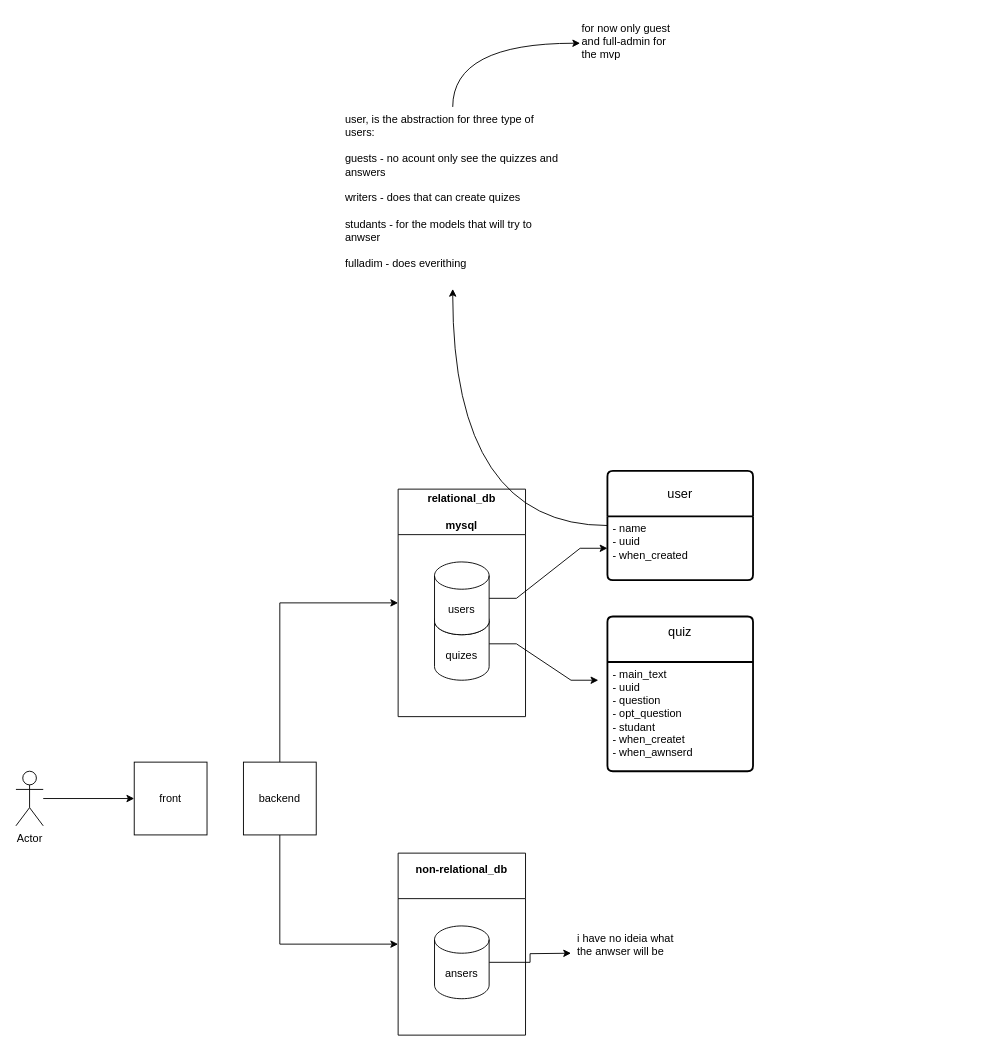
This is page "Página-1" (1 of 2) of doc/system-design.drawio from quiz2llm/quiz2llm, a draw.io file, before an edit. Source tidied: cells renumbered, new cells numbered last; positions are measured from the earlier drawing's top-left corner, leaving out a move shared by most shapes. Both pictures are drawn from the tidied source at 91%, with x=0, y=0 at pixel (15, 15).
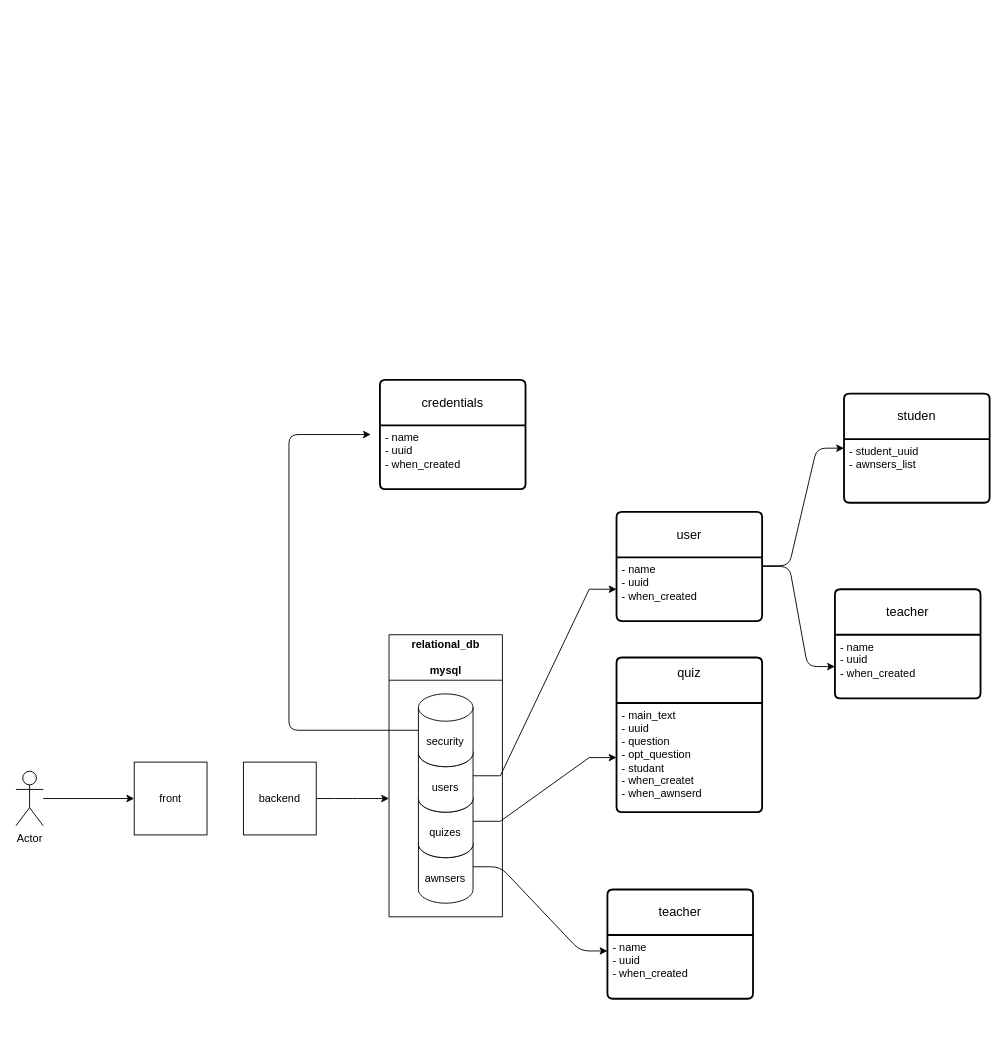
The same diagram, later.

Commit message (it also covers changes not shown here):
reafacto - system design vou pasar quiz e anwser par outro microservice

adicinei o path da src ao alembic.ini para fazer downgrade das quiz

The change refers to these unchanged cells:
```xml
<mxCell id="5" value="&lt;div&gt;backend&lt;/div&gt;" style="whiteSpace=wrap;html=1;" parent="1" vertex="1">
  <mxGeometry x="250" y="820" width="80" height="80" as="geometry" />
</mxCell>
<mxCell id="17" value="&lt;div&gt;- name&lt;/div&gt;&lt;div&gt;- uuid&lt;/div&gt;&lt;div&gt;- when_created&lt;/div&gt;" style="align=left;strokeColor=none;fillColor=none;spacingLeft=4;spacingRight=4;fontSize=12;verticalAlign=top;html=1;whiteSpace=wrap;" parent="16" vertex="1">
  <mxGeometry y="50" width="160" height="70" as="geometry" />
</mxCell>
<mxCell id="19" value="&lt;div&gt;- main_text&lt;/div&gt;&lt;div&gt;- uuid&lt;br&gt;- question&lt;/div&gt;&lt;div&gt;- opt_question&lt;/div&gt;&lt;div&gt;- studant&lt;/div&gt;&lt;div&gt;- when_createt&lt;/div&gt;&lt;div&gt;- when_awnserd&lt;/div&gt;&lt;div&gt;&lt;br&gt;&lt;/div&gt;" style="align=left;strokeColor=none;fillColor=none;spacingLeft=4;spacingRight=4;fontSize=12;verticalAlign=top;html=1;whiteSpace=wrap;" parent="18" vertex="1">
  <mxGeometry y="50" width="160" height="120" as="geometry" />
</mxCell>
```

The edit, as a diff of the source:
```diff
@@
+    <mxCell id="27" style="edgeStyle=entityRelationEdgeStyle;html=1;entryX=0;entryY=0.25;entryDx=0;entryDy=0;" parent="1" edge="1" source="8" target="38">
+      <mxGeometry relative="1" as="geometry" />
+    </mxCell>
+    <mxCell id="8" value="awnsers" style="shape=cylinder3;whiteSpace=wrap;html=1;boundedLbl=1;backgroundOutline=1;size=15;" parent="1" vertex="1">
+      <mxGeometry x="442.3" y="895" width="60" height="80" as="geometry" />
+    </mxCell>
@@
-    <mxCell id="3" style="edgeStyle=orthogonalEdgeStyle;rounded=0;jettySize=auto;html=1;exitX=0.5;exitY=0;exitDx=0;exitDy=0;entryX=0;entryY=0.5;entryDx=0;entryDy=0;" parent="1" edge="1" source="5" target="10">
-      <mxGeometry relative="1" as="geometry" />
-    </mxCell>
-    <mxCell id="4" style="edgeStyle=orthogonalEdgeStyle;rounded=0;jettySize=auto;html=1;entryX=0;entryY=0.5;entryDx=0;entryDy=0;exitX=0.5;exitY=1;exitDx=0;exitDy=0;" parent="1" edge="1" source="5" target="6">
-      <mxGeometry relative="1" as="geometry" />
-    </mxCell>
+    <mxCell id="28" style="edgeStyle=entityRelationEdgeStyle;html=1;" parent="1" edge="1" source="5">
+      <mxGeometry relative="1" as="geometry">
+        <mxPoint x="410" y="860" as="targetPoint" />
+      </mxGeometry>
+    </mxCell>
@@
-    <mxCell id="6" value="non-relational_db&lt;div&gt;&lt;br/&gt;&lt;/div&gt;" style="swimlane;whiteSpace=wrap;html=1;startSize=50;" parent="1" vertex="1">
-      <mxGeometry x="420" y="920" width="140" height="200" as="geometry" />
-    </mxCell>
-    <mxCell id="7" style="edgeStyle=orthogonalEdgeStyle;rounded=0;jettySize=auto;html=1;" parent="6" edge="1" source="8">
-      <mxGeometry relative="1" as="geometry">
-        <mxPoint x="190" y="110" as="targetPoint" />
-      </mxGeometry>
-    </mxCell>
-    <mxCell id="8" value="ansers" style="shape=cylinder3;whiteSpace=wrap;html=1;boundedLbl=1;backgroundOutline=1;size=15;" parent="6" vertex="1">
-      <mxGeometry x="40" y="80" width="60" height="80" as="geometry" />
-    </mxCell>
-    <mxCell id="9" style="group;" parent="1" vertex="1">
-      <mxGeometry x="420" y="520" width="140" height="250" as="geometry" />
-    </mxCell>
-    <mxCell id="10" value="relational_db&lt;br&gt;&lt;br&gt;mysql" style="swimlane;whiteSpace=wrap;html=1;startSize=50;" parent="9" vertex="1">
-      <mxGeometry width="140" height="250" as="geometry" />
-    </mxCell>
-    <mxCell id="11" style="group;" parent="9" vertex="1">
-      <mxGeometry x="40" y="80" width="60" height="130" as="geometry" />
-    </mxCell>
-    <mxCell id="12" style="edgeStyle=entityRelationEdgeStyle;rounded=0;jettySize=auto;html=1;" parent="11" edge="1" source="13">
-      <mxGeometry relative="1" as="geometry">
-        <mxPoint x="180" y="130" as="targetPoint" />
-      </mxGeometry>
-    </mxCell>
-    <mxCell id="13" value="quizes" style="shape=cylinder3;whiteSpace=wrap;html=1;boundedLbl=1;backgroundOutline=1;size=15;" parent="11" vertex="1">
-      <mxGeometry y="50" width="60" height="80" as="geometry" />
-    </mxCell>
-    <mxCell id="14" value="users" style="shape=cylinder3;whiteSpace=wrap;html=1;boundedLbl=1;backgroundOutline=1;size=15;" parent="11" vertex="1">
-      <mxGeometry width="60" height="80" as="geometry" />
-    </mxCell>
-    <mxCell id="15" style="edgeStyle=orthogonalEdgeStyle;rounded=0;jettySize=auto;html=1;elbow=vertical;curved=1;" parent="1" edge="1" source="16" target="21">
-      <mxGeometry relative="1" as="geometry" />
-    </mxCell>
+    <mxCell id="29" style="edgeStyle=entityRelationEdgeStyle;html=1;entryX=0;entryY=0.5;entryDx=0;entryDy=0;" parent="1" edge="1" source="16" target="33">
+      <mxGeometry relative="1" as="geometry" />
+    </mxCell>
     <mxCell id="16" value="user" style="swimlane;horizontal=1;startSize=50;rounded=1;fontSize=14;fontStyle=0;strokeWidth=2;shadow=0;dashed=0;align=center;arcSize=4;whiteSpace=wrap;html=1;" parent="1" vertex="1">
-      <mxGeometry x="650" y="500" width="160" height="120" as="geometry" />
+      <mxGeometry x="660" y="545" width="160" height="120" as="geometry" />
     </mxCell>
@@
     <mxCell id="18" value="&lt;div&gt;quiz&lt;/div&gt;&lt;div&gt;&lt;br&gt;&lt;/div&gt;" style="swimlane;horizontal=1;startSize=50;rounded=1;fontSize=14;fontStyle=0;strokeWidth=2;shadow=0;dashed=0;align=center;arcSize=4;whiteSpace=wrap;html=1;" parent="1" vertex="1">
-      <mxGeometry x="650" y="660" width="160" height="170" as="geometry" />
+      <mxGeometry x="660" y="705" width="160" height="170" as="geometry" />
     </mxCell>
@@
-    <mxCell id="20" style="edgeStyle=orthogonalEdgeStyle;rounded=0;jettySize=auto;html=1;entryX=0;entryY=0.5;entryDx=0;entryDy=0;curved=1;exitX=0.5;exitY=0;exitDx=0;exitDy=0;" parent="1" edge="1" source="21" target="22">
-      <mxGeometry relative="1" as="geometry" />
-    </mxCell>
-    <mxCell id="21" value="&lt;div&gt;user, is the abstraction for three type of users:&lt;br&gt;&lt;br&gt;&lt;/div&gt;&lt;div&gt;guests - no acount only see the quizzes and answers&lt;/div&gt;&lt;div&gt;&lt;br&gt;writers - does that can create quizes&lt;/div&gt;&lt;div&gt;&lt;br&gt;studants - for the models that will try to anwser&amp;nbsp;&lt;br&gt;&lt;br&gt;fulladim - does everithing&lt;/div&gt;" style="text;html=1;whiteSpace=wrap;strokeColor=none;fillColor=none;align=left;verticalAlign=top;rounded=0;" parent="1" vertex="1">
-      <mxGeometry x="360" y="100" width="240" height="200" as="geometry" />
-    </mxCell>
-    <mxCell id="22" value="&lt;div&gt;for now only guest and full-admin for the mvp&lt;/div&gt;&lt;div&gt;&lt;br&gt;&lt;/div&gt;" style="text;html=1;whiteSpace=wrap;strokeColor=none;fillColor=none;align=left;verticalAlign=top;rounded=0;fontStyle=0;" parent="1" vertex="1">
-      <mxGeometry x="620" width="110" height="60" as="geometry" />
-    </mxCell>
@@
-    <mxCell id="24" value="i have no ideia what the anwser will be" style="text;html=1;whiteSpace=wrap;strokeColor=none;fillColor=none;align=left;verticalAlign=top;rounded=0;" parent="1" vertex="1">
-      <mxGeometry x="615" y="1000" width="120" height="60" as="geometry" />
-    </mxCell>
@@
+    <mxCell id="30" value="studen" style="swimlane;horizontal=1;startSize=50;rounded=1;fontSize=14;fontStyle=0;strokeWidth=2;shadow=0;dashed=0;align=center;arcSize=4;whiteSpace=wrap;html=1;" parent="1" vertex="1">
+      <mxGeometry x="910" y="415" width="160" height="120" as="geometry" />
+    </mxCell>
+    <mxCell id="31" value="&lt;div&gt;- student_uuid&lt;/div&gt;&lt;div&gt;&lt;span style=&quot;background-color: initial;&quot;&gt;- awnsers_list&lt;/span&gt;&lt;/div&gt;&lt;div&gt;&lt;/div&gt;" style="align=left;strokeColor=none;fillColor=none;spacingLeft=4;spacingRight=4;fontSize=12;verticalAlign=top;html=1;whiteSpace=wrap;" parent="30" vertex="1">
+      <mxGeometry y="50" width="160" height="70" as="geometry" />
+    </mxCell>
+    <mxCell id="32" value="teacher" style="swimlane;horizontal=1;startSize=50;rounded=1;fontSize=14;fontStyle=0;strokeWidth=2;shadow=0;dashed=0;align=center;arcSize=4;whiteSpace=wrap;html=1;" parent="1" vertex="1">
+      <mxGeometry x="900" y="630" width="160" height="120" as="geometry" />
+    </mxCell>
+    <mxCell id="33" value="&lt;div&gt;- name&lt;/div&gt;&lt;div&gt;- uuid&lt;/div&gt;&lt;div&gt;- when_created&lt;/div&gt;" style="align=left;strokeColor=none;fillColor=none;spacingLeft=4;spacingRight=4;fontSize=12;verticalAlign=top;html=1;whiteSpace=wrap;" parent="32" vertex="1">
+      <mxGeometry y="50" width="160" height="70" as="geometry" />
+    </mxCell>
+    <mxCell id="34" style="edgeStyle=entityRelationEdgeStyle;html=1;entryX=0;entryY=0.5;entryDx=0;entryDy=0;exitX=0.998;exitY=0.131;exitDx=0;exitDy=0;exitPerimeter=0;" parent="1" edge="1" source="17" target="30">
+      <mxGeometry relative="1" as="geometry" />
+    </mxCell>
+    <mxCell id="10" value="relational_db&lt;br&gt;&lt;br&gt;mysql" style="swimlane;whiteSpace=wrap;html=1;startSize=50;" parent="1" vertex="1">
+      <mxGeometry x="410" y="680" width="124.6" height="310" as="geometry" />
+    </mxCell>
+    <mxCell id="12" style="edgeStyle=entityRelationEdgeStyle;rounded=0;jettySize=auto;html=1;entryX=0;entryY=0.5;entryDx=0;entryDy=0;" parent="1" edge="1" source="13" target="19">
+      <mxGeometry relative="1" as="geometry" />
+    </mxCell>
+    <mxCell id="13" value="quizes" style="shape=cylinder3;whiteSpace=wrap;html=1;boundedLbl=1;backgroundOutline=1;size=15;" parent="1" vertex="1">
+      <mxGeometry x="442.3" y="845" width="60" height="80" as="geometry" />
+    </mxCell>
+    <mxCell id="14" value="users" style="shape=cylinder3;whiteSpace=wrap;html=1;boundedLbl=1;backgroundOutline=1;size=15;" parent="1" vertex="1">
+      <mxGeometry x="442.3" y="795" width="60" height="80" as="geometry" />
+    </mxCell>
+    <mxCell id="35" style="edgeStyle=orthogonalEdgeStyle;html=1;exitX=0;exitY=0.5;exitDx=0;exitDy=0;exitPerimeter=0;" parent="1" edge="1" source="36">
+      <mxGeometry relative="1" as="geometry">
+        <mxPoint x="390" y="460" as="targetPoint" />
+        <Array as="points">
+          <mxPoint x="300" y="785" />
+          <mxPoint x="300" y="460" />
+        </Array>
+      </mxGeometry>
+    </mxCell>
+    <mxCell id="36" value="security" style="shape=cylinder3;whiteSpace=wrap;html=1;boundedLbl=1;backgroundOutline=1;size=15;" parent="1" vertex="1">
+      <mxGeometry x="442.3" y="745" width="60" height="80" as="geometry" />
+    </mxCell>
+    <mxCell id="37" value="teacher" style="swimlane;horizontal=1;startSize=50;rounded=1;fontSize=14;fontStyle=0;strokeWidth=2;shadow=0;dashed=0;align=center;arcSize=4;whiteSpace=wrap;html=1;" parent="1" vertex="1">
+      <mxGeometry x="650" y="960" width="160" height="120" as="geometry" />
+    </mxCell>
+    <mxCell id="38" value="&lt;div&gt;- name&lt;/div&gt;&lt;div&gt;- uuid&lt;/div&gt;&lt;div&gt;- when_created&lt;/div&gt;" style="align=left;strokeColor=none;fillColor=none;spacingLeft=4;spacingRight=4;fontSize=12;verticalAlign=top;html=1;whiteSpace=wrap;" parent="37" vertex="1">
+      <mxGeometry y="50" width="160" height="70" as="geometry" />
+    </mxCell>
+    <mxCell id="39" value="credentials" style="swimlane;horizontal=1;startSize=50;rounded=1;fontSize=14;fontStyle=0;strokeWidth=2;shadow=0;dashed=0;align=center;arcSize=4;whiteSpace=wrap;html=1;" parent="1" vertex="1">
+      <mxGeometry x="400" y="400" width="160" height="120" as="geometry" />
+    </mxCell>
+    <mxCell id="40" value="&lt;div&gt;- name&lt;/div&gt;&lt;div&gt;- uuid&lt;/div&gt;&lt;div&gt;- when_created&lt;/div&gt;" style="align=left;strokeColor=none;fillColor=none;spacingLeft=4;spacingRight=4;fontSize=12;verticalAlign=top;html=1;whiteSpace=wrap;" parent="39" vertex="1">
+      <mxGeometry y="50" width="160" height="70" as="geometry" />
+    </mxCell>
```
